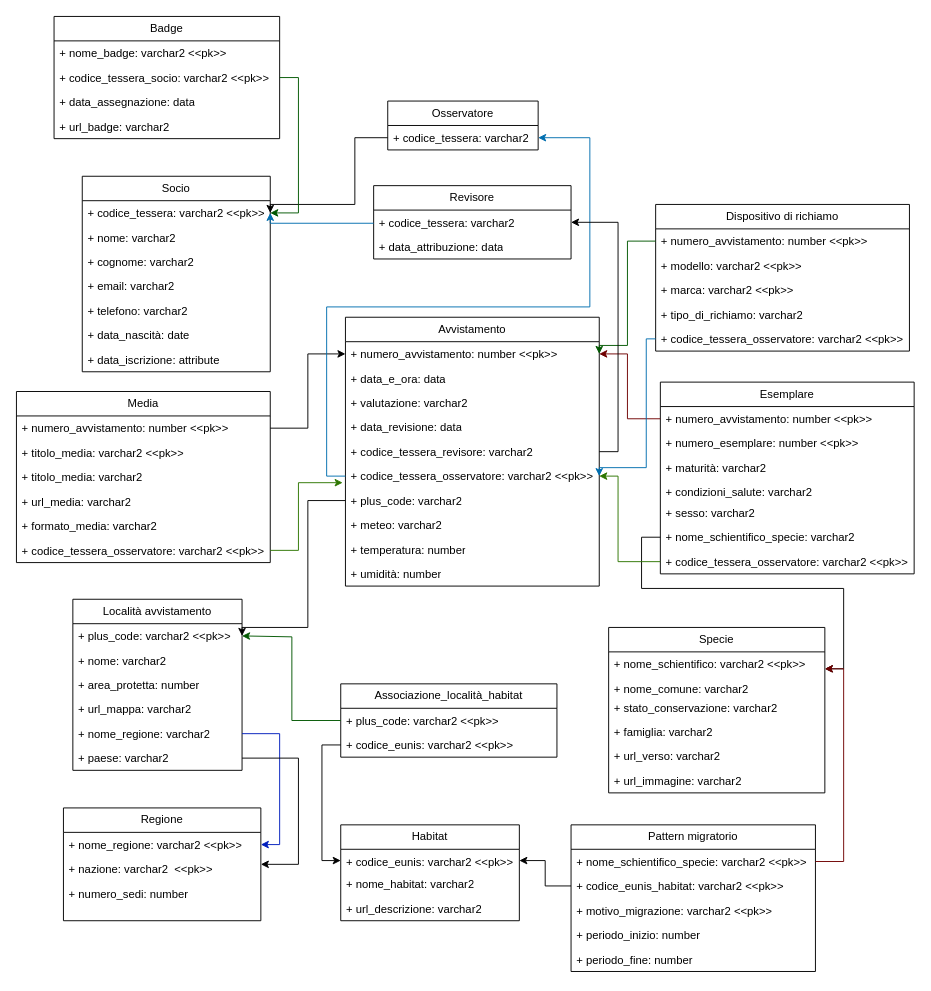
Above: page "Page-2" (2 of 4) of document/DiagramUML.drawio in uni-aca100/db-uni (draw.io), before the change. Source tidied: cells renumbered, new cells numbered last; positions are measured from the earlier drawing's top-left corner, leaving out a move shared by most shapes. Both pictures are drawn from the tidied source at 94%, with x=0, y=0 at pixel (16, 16).
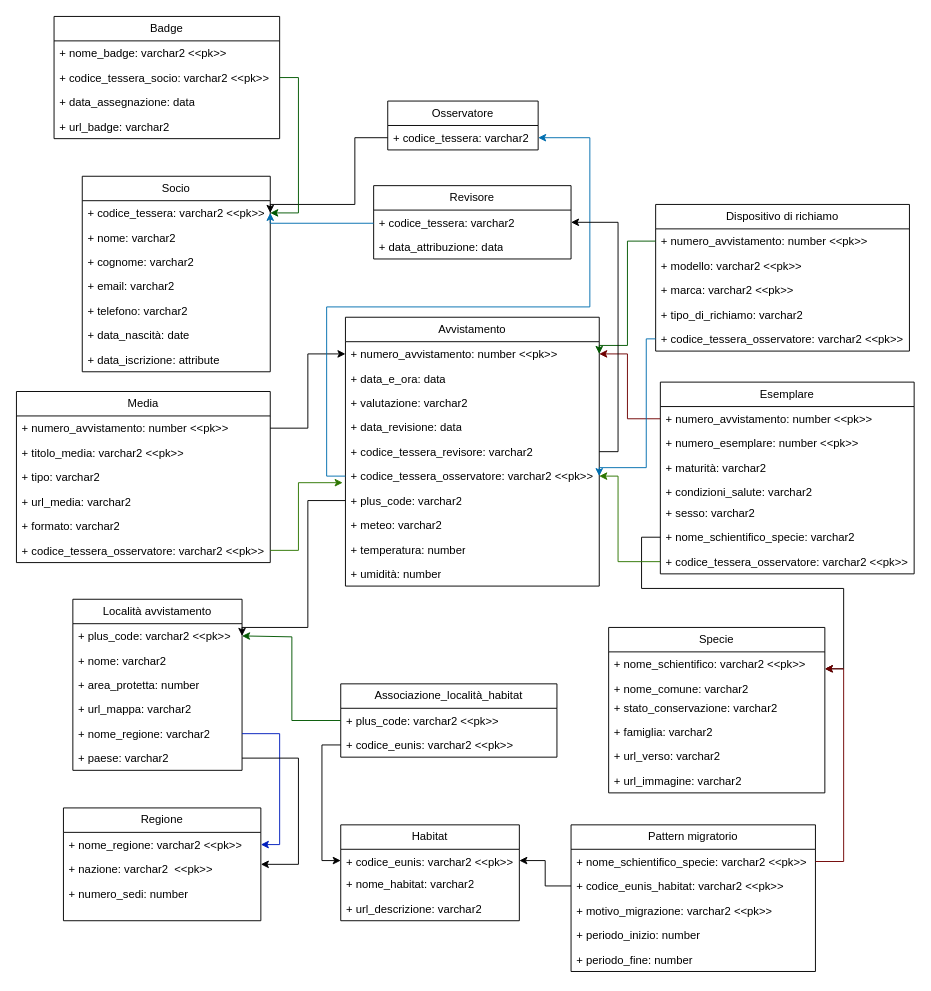
After the change.

Commit message (it also covers changes not shown here):
add pro_add_media

Unchanged cells that the change refers to:
```xml
<mxCell id="61" value="Media" style="swimlane;fontStyle=0;horizontal=1;startSize=26;fillColor=none;whiteSpace=wrap;html=1;" parent="1" vertex="1">
  <mxGeometry y="399" width="270" height="182" as="geometry" />
</mxCell>
```

Change to the diagram source:
```diff
@@
-    <mxCell id="64" value="+ titolo_media: varchar2" style="text;strokeColor=none;fillColor=none;align=left;verticalAlign=top;spacingLeft=4;spacingRight=4;overflow=hidden;whiteSpace=wrap;html=1;" parent="61" vertex="1">
+    <mxCell id="64" value="+ tipo: varchar2" style="text;strokeColor=none;fillColor=none;align=left;verticalAlign=top;spacingLeft=4;spacingRight=4;overflow=hidden;whiteSpace=wrap;html=1;" parent="61" vertex="1">
       <mxGeometry y="78" width="270" height="26" as="geometry" />
     </mxCell>
@@
-    <mxCell id="66" value="+ formato_media: varchar2" style="text;strokeColor=none;fillColor=none;align=left;verticalAlign=top;spacingLeft=4;spacingRight=4;overflow=hidden;whiteSpace=wrap;html=1;" parent="61" vertex="1">
+    <mxCell id="66" value="+ formato: varchar2" style="text;strokeColor=none;fillColor=none;align=left;verticalAlign=top;spacingLeft=4;spacingRight=4;overflow=hidden;whiteSpace=wrap;html=1;" parent="61" vertex="1">
       <mxGeometry y="130" width="270" height="26" as="geometry" />
     </mxCell>
```
